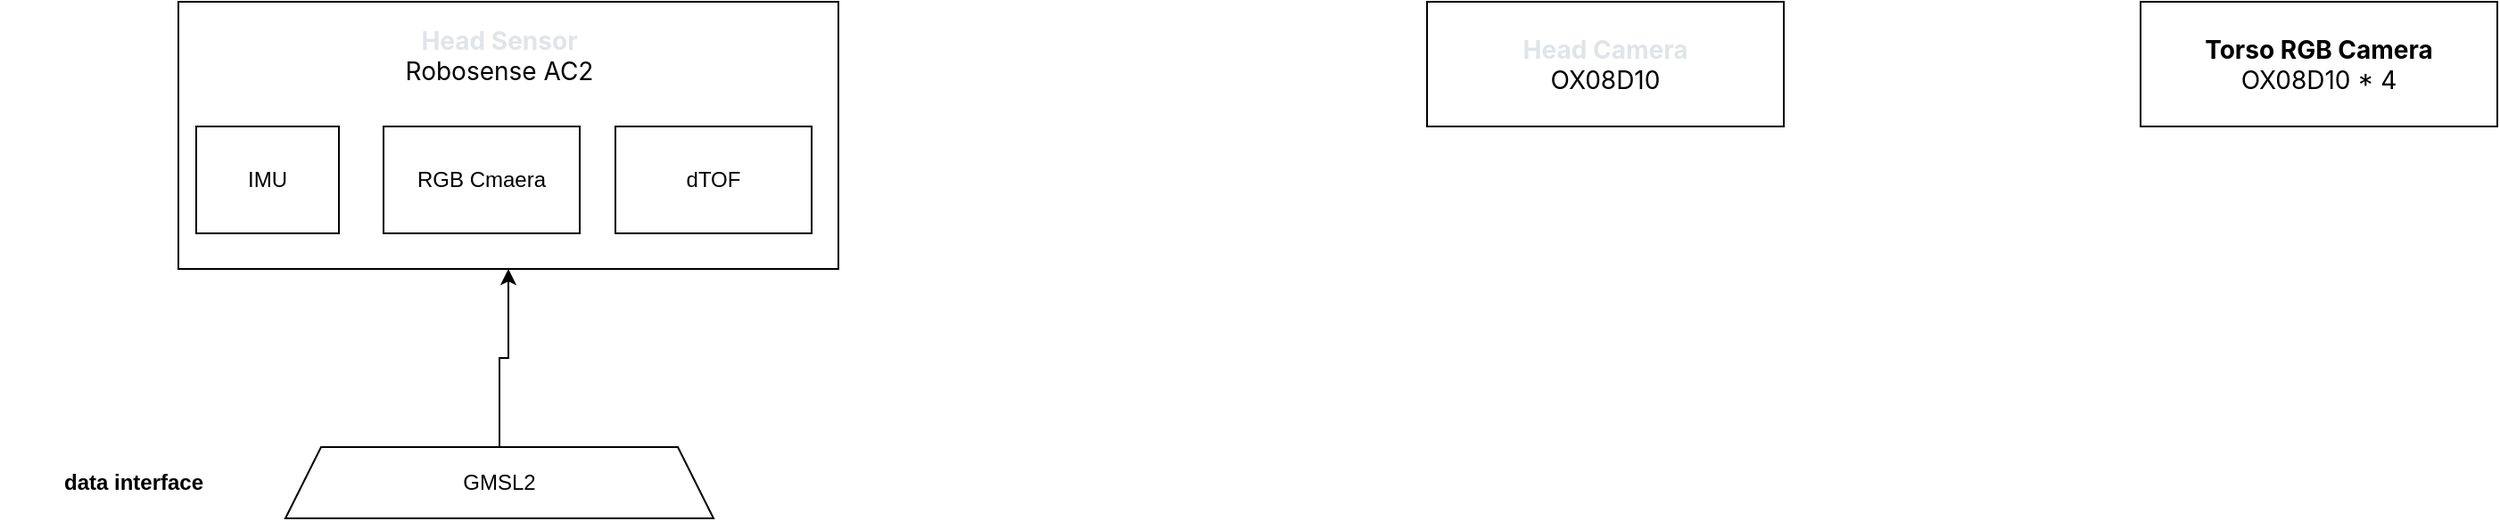
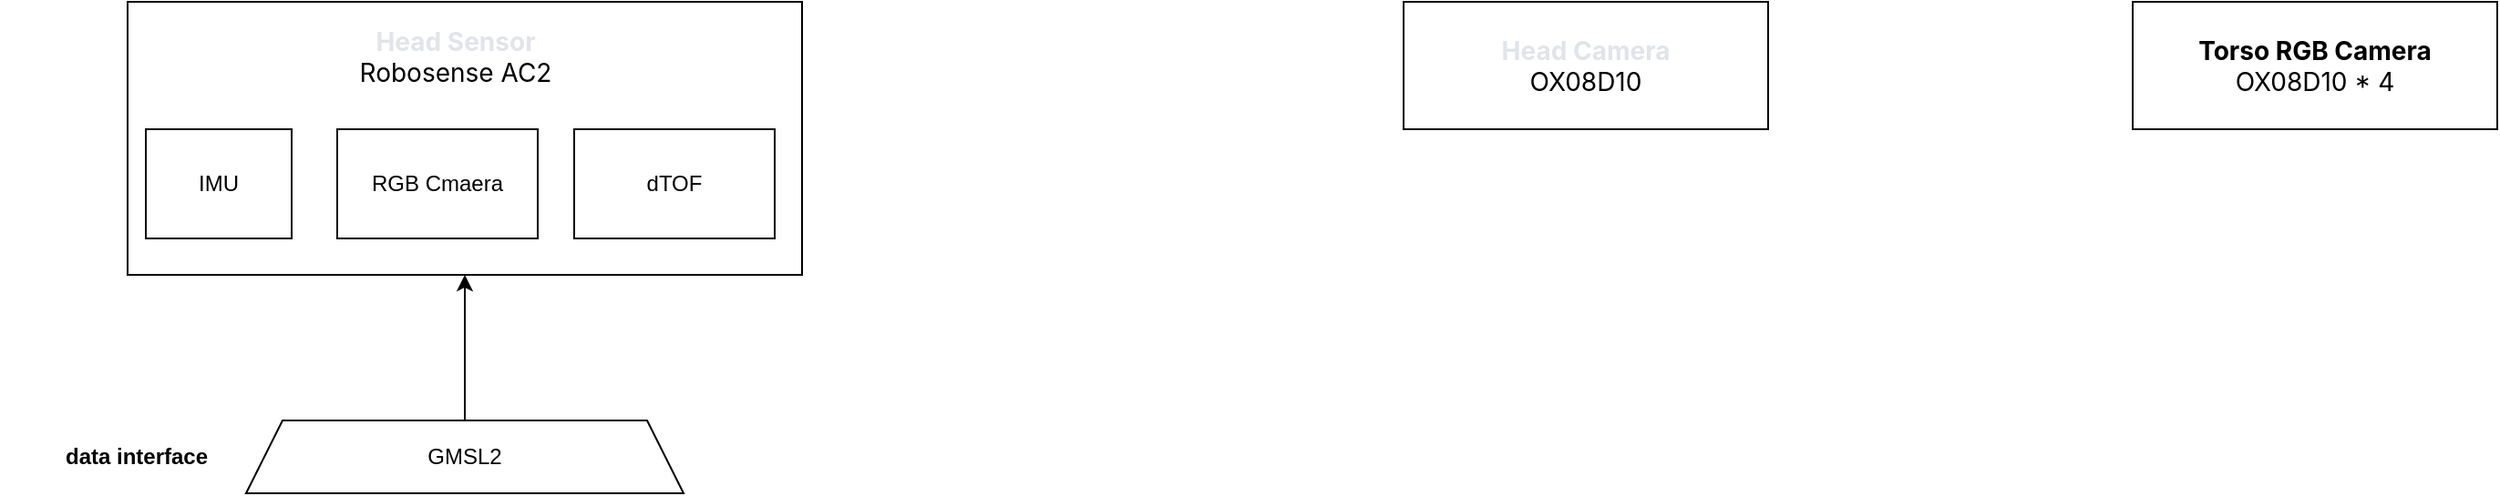
<mxfile host="app.diagrams.net">
  <diagram name="传感器整理" id="LXRXHt9DRMbfsnbOX2XS">
    <mxGraphModel dx="1947" dy="734" grid="1" gridSize="10" guides="1" tooltips="1" connect="1" arrows="1" fold="1" page="1" pageScale="1" pageWidth="827" pageHeight="1169" math="0" shadow="0">
      <root>
        <mxCell id="0" />
        <mxCell id="1" parent="0" />
        <mxCell id="if_Ictj8y_H9tt94Ulmm-2" parent="1" style="rounded=0;whiteSpace=wrap;html=1;" value="" vertex="1">
          <mxGeometry height="150" width="370" x="-610" y="210" as="geometry" />
        </mxCell>
        <mxCell id="if_Ictj8y_H9tt94Ulmm-3" parent="1" style="rounded=0;whiteSpace=wrap;html=1;align=center;" value="&lt;div style=&quot;&quot;&gt;&lt;span style=&quot;font-family: -apple-system, BlinkMacSystemFont, &amp;quot;Segoe WPC&amp;quot;, &amp;quot;Segoe UI&amp;quot;, system-ui, Ubuntu, &amp;quot;Droid Sans&amp;quot;, sans-serif; font-size: 14px;&quot;&gt;&lt;b&gt;Torso RGB Camera&lt;/b&gt;&lt;/span&gt;&lt;span style=&quot;background-color: transparent; color: light-dark(rgb(0, 0, 0), rgb(255, 255, 255)); font-size: 14px;&quot;&gt;&lt;font face=&quot;-apple-system, BlinkMacSystemFont, Segoe WPC, Segoe UI, system-ui, Ubuntu, Droid Sans, sans-serif&quot;&gt;&lt;/font&gt;&lt;/span&gt;&lt;/div&gt;&lt;div style=&quot;&quot;&gt;&lt;span style=&quot;background-color: transparent; color: light-dark(rgb(0, 0, 0), rgb(255, 255, 255)); font-size: 14px;&quot;&gt;&lt;font face=&quot;-apple-system, BlinkMacSystemFont, Segoe WPC, Segoe UI, system-ui, Ubuntu, Droid Sans, sans-serif&quot;&gt;OX08D10 * 4&lt;/font&gt;&lt;/span&gt;&lt;/div&gt;" vertex="1">
          <mxGeometry height="70" width="200" x="490" y="210" as="geometry" />
        </mxCell>
        <mxCell id="0J0jtPP8bCpQZUBdG7A1-1" parent="1" style="rounded=0;whiteSpace=wrap;html=1;" value="&lt;div&gt;&lt;span style=&quot;font-family: -apple-system, BlinkMacSystemFont, &amp;quot;Segoe WPC&amp;quot;, &amp;quot;Segoe UI&amp;quot;, system-ui, Ubuntu, &amp;quot;Droid Sans&amp;quot;, sans-serif; font-size: 14px; text-align: start;&quot;&gt;&lt;font style=&quot;color: light-dark(rgb(225, 228, 232), rgb(255, 255, 255));&quot;&gt;&lt;b&gt;Head Camera&lt;/b&gt;&lt;/font&gt;&lt;/span&gt;&lt;/div&gt;&lt;div&gt;&lt;span style=&quot;font-family: -apple-system, BlinkMacSystemFont, &amp;quot;Segoe WPC&amp;quot;, &amp;quot;Segoe UI&amp;quot;, system-ui, Ubuntu, &amp;quot;Droid Sans&amp;quot;, sans-serif; font-size: 14px; text-align: start;&quot;&gt;OX08D10&lt;/span&gt;&lt;/div&gt;" vertex="1">
          <mxGeometry height="70" width="200" x="90" y="210" as="geometry" />
        </mxCell>
        <mxCell id="0J0jtPP8bCpQZUBdG7A1-2" parent="1" style="rounded=0;whiteSpace=wrap;html=1;" value="IMU" vertex="1">
          <mxGeometry height="60" width="80" x="-600" y="280" as="geometry" />
        </mxCell>
        <mxCell id="0J0jtPP8bCpQZUBdG7A1-6" parent="1" style="rounded=0;whiteSpace=wrap;html=1;" value="RGB Cmaera" vertex="1">
          <mxGeometry height="60" width="110" x="-495" y="280" as="geometry" />
        </mxCell>
        <mxCell id="0J0jtPP8bCpQZUBdG7A1-8" parent="1" style="rounded=0;whiteSpace=wrap;html=1;" value="dTOF" vertex="1">
          <mxGeometry height="60" width="110" x="-365" y="280" as="geometry" />
        </mxCell>
        <mxCell id="0J0jtPP8bCpQZUBdG7A1-10" parent="1" style="text;html=1;whiteSpace=wrap;strokeColor=none;fillColor=none;align=center;verticalAlign=middle;rounded=0;" value="&lt;div&gt;&lt;span style=&quot;font-family: -apple-system, BlinkMacSystemFont, &amp;quot;Segoe WPC&amp;quot;, &amp;quot;Segoe UI&amp;quot;, system-ui, Ubuntu, &amp;quot;Droid Sans&amp;quot;, sans-serif; font-size: 14px; text-align: start;&quot;&gt;&lt;font style=&quot;color: light-dark(rgb(225, 228, 232), rgb(255, 255, 255));&quot;&gt;&lt;b&gt;Head Sensor&lt;/b&gt;&lt;/font&gt;&lt;/span&gt;&lt;/div&gt;&lt;div&gt;&lt;span style=&quot;font-family: -apple-system, BlinkMacSystemFont, &amp;quot;Segoe WPC&amp;quot;, &amp;quot;Segoe UI&amp;quot;, system-ui, Ubuntu, &amp;quot;Droid Sans&amp;quot;, sans-serif; font-size: 14px; text-align: start;&quot;&gt;Robosense AC2&lt;/span&gt;&lt;/div&gt;" vertex="1">
          <mxGeometry height="60" width="130" x="-495" y="210" as="geometry" />
        </mxCell>
        <mxCell id="0J0jtPP8bCpQZUBdG7A1-12" edge="1" parent="1" source="0J0jtPP8bCpQZUBdG7A1-11" style="edgeStyle=orthogonalEdgeStyle;rounded=0;orthogonalLoop=1;jettySize=auto;html=1;exitX=0.5;exitY=0;exitDx=0;exitDy=0;entryX=0.5;entryY=1;entryDx=0;entryDy=0;" target="if_Ictj8y_H9tt94Ulmm-2">
          <mxGeometry relative="1" as="geometry" />
        </mxCell>
        <mxCell id="0J0jtPP8bCpQZUBdG7A1-11" parent="1" style="shape=trapezoid;perimeter=trapezoidPerimeter;whiteSpace=wrap;html=1;fixedSize=1;" value="GMSL2" vertex="1">
-           <mxGeometry height="40" width="240" x="-550" y="460" as="geometry" />
+           <mxGeometry height="40" width="240" x="-545" y="440" as="geometry" />
        </mxCell>
        <mxCell id="0J0jtPP8bCpQZUBdG7A1-13" parent="1" style="text;html=1;whiteSpace=wrap;strokeColor=none;fillColor=none;align=center;verticalAlign=middle;rounded=0;" value="&lt;b&gt;data interface&lt;/b&gt;" vertex="1">
-           <mxGeometry height="40" width="150" x="-710" y="460" as="geometry" />
+           <mxGeometry height="40" width="150" x="-680" y="440" as="geometry" />
        </mxCell>
      </root>
    </mxGraphModel>
  </diagram>
</mxfile>
